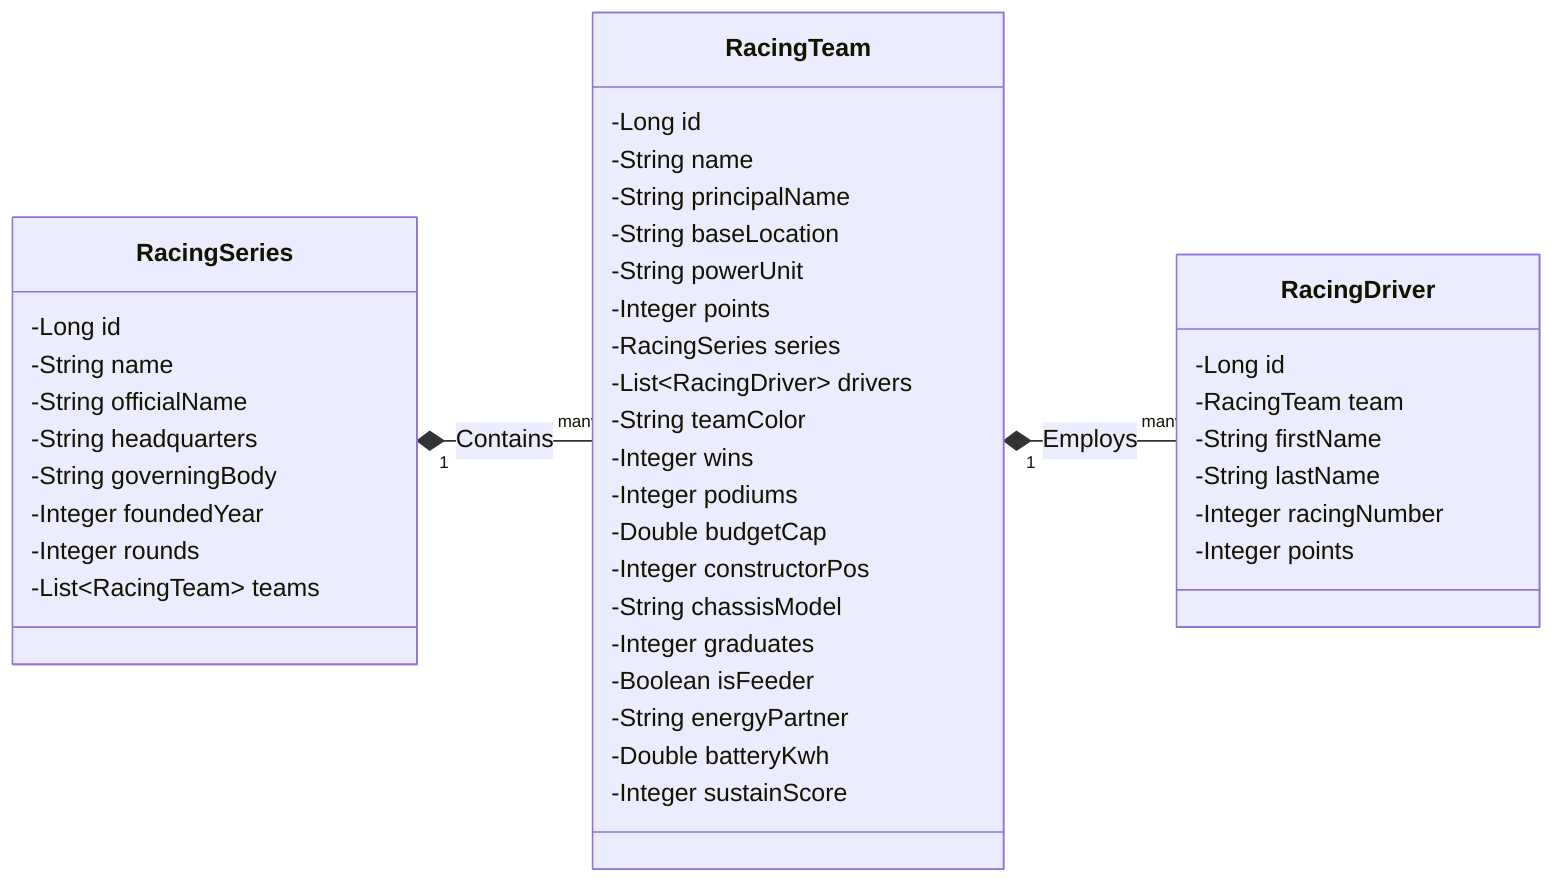
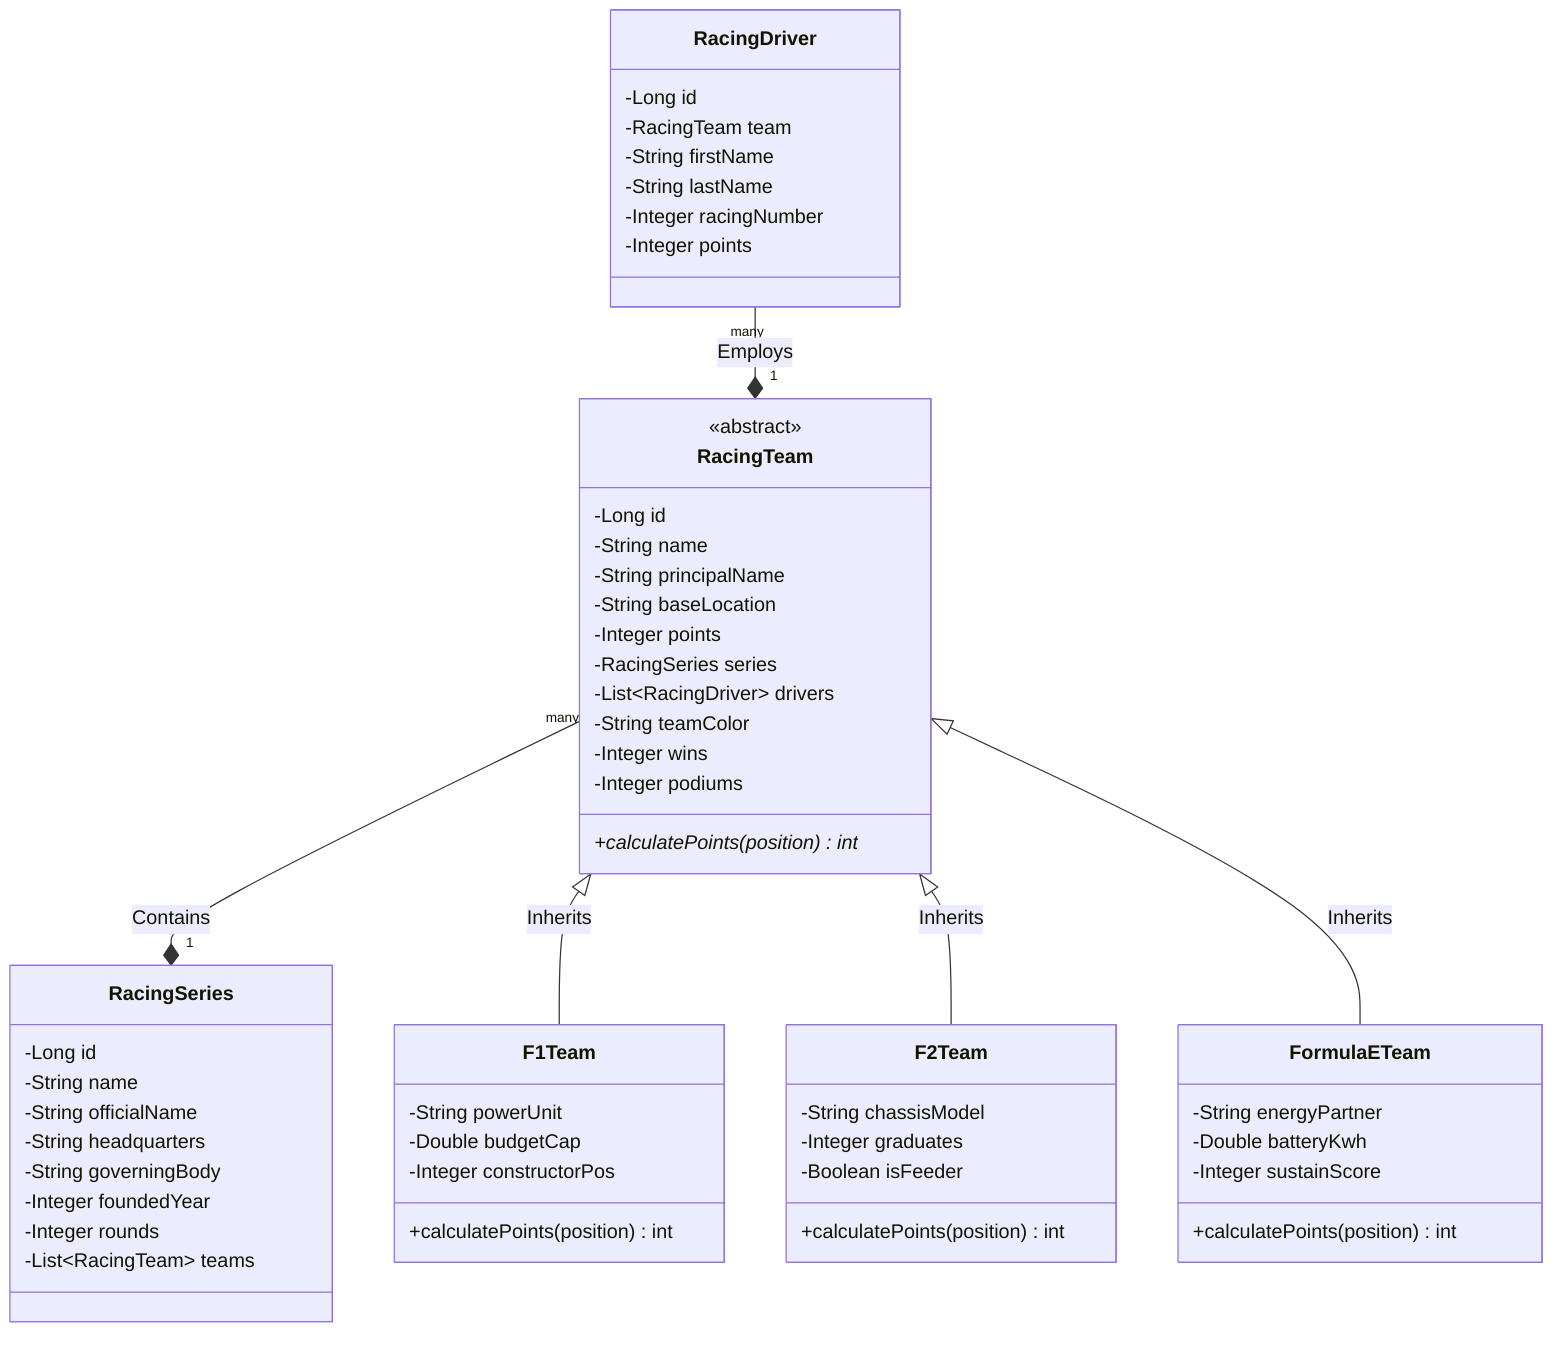
classDiagram
-     direction LR
+     direction BT

    class RacingSeries {
        -Long id
        -String name
        -String officialName
        -String headquarters
        -String governingBody
        -Integer foundedYear
        -Integer rounds
        -List~RacingTeam~ teams
    }

    class RacingTeam {
+         <<abstract>>
        -Long id
        -String name
        -String principalName
        -String baseLocation
-         -String powerUnit
        -Integer points
        -RacingSeries series
        -List~RacingDriver~ drivers
        -String teamColor
        -Integer wins
        -Integer podiums
+         +calculatePoints(position) int*
+     }
+ 
+     class F1Team {
+         -String powerUnit
        -Double budgetCap
        -Integer constructorPos
+         +calculatePoints(position) int
+     }
+ 
+     class F2Team {
        -String chassisModel
        -Integer graduates
        -Boolean isFeeder
+         +calculatePoints(position) int
+     }
+ 
+     class FormulaETeam {
        -String energyPartner
        -Double batteryKwh
        -Integer sustainScore
+         +calculatePoints(position) int
    }

    class RacingDriver {
        -Long id
        -RacingTeam team
        -String firstName
        -String lastName
        -Integer racingNumber
        -Integer points
    }

    RacingSeries "1" *-- "many" RacingTeam : Contains
    RacingTeam "1" *-- "many" RacingDriver : Employs
+     F1Team --|> RacingTeam : Inherits
+     F2Team --|> RacingTeam : Inherits
+     FormulaETeam --|> RacingTeam : Inherits
